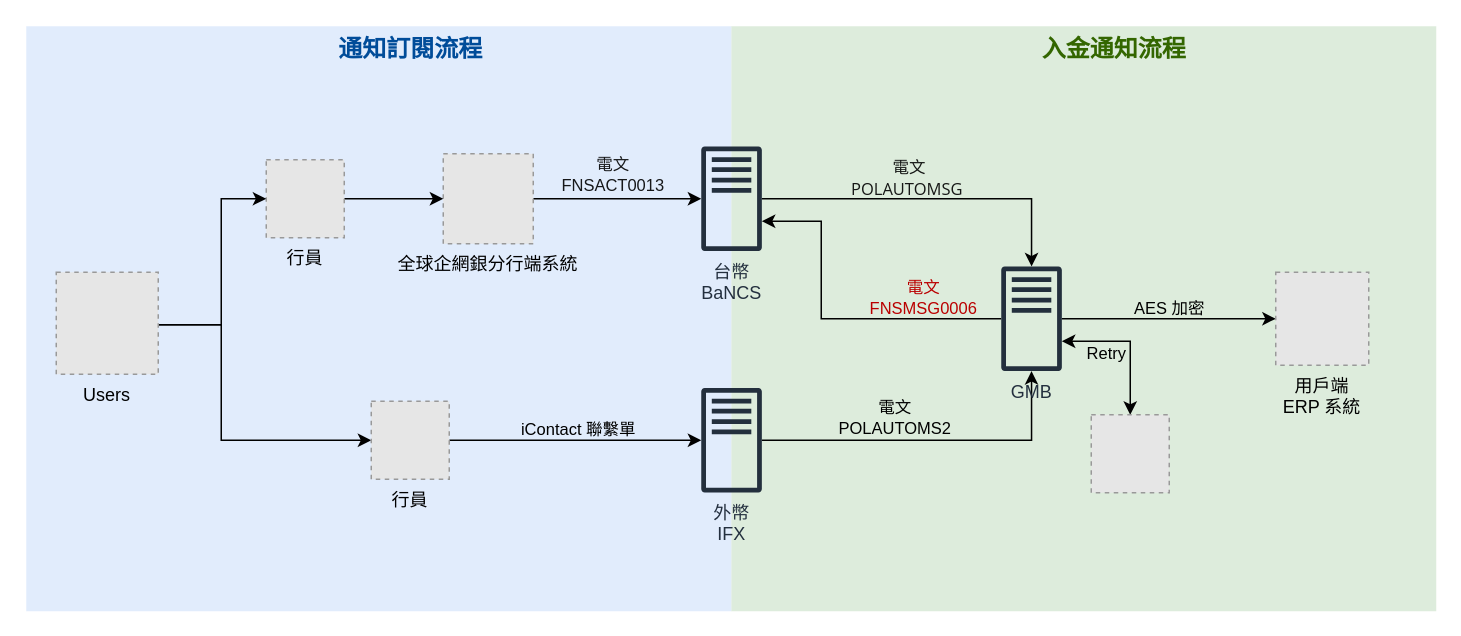
The draw.io diagram page "台外幣入金通知流程圖" (1 of 2) of 主動入金通知.drawio in Wayne-Kao/draw.io, before the edit. Source tidied: cells renumbered, new cells numbered last; positions are measured from the earlier drawing's top-left corner, leaving out a move shared by most shapes. Both pictures are drawn from the tidied source at 150%, with x=0, y=0 at pixel (26, 26). Pictures stored in the file or linked from it are replaced by grey dashed boxes.
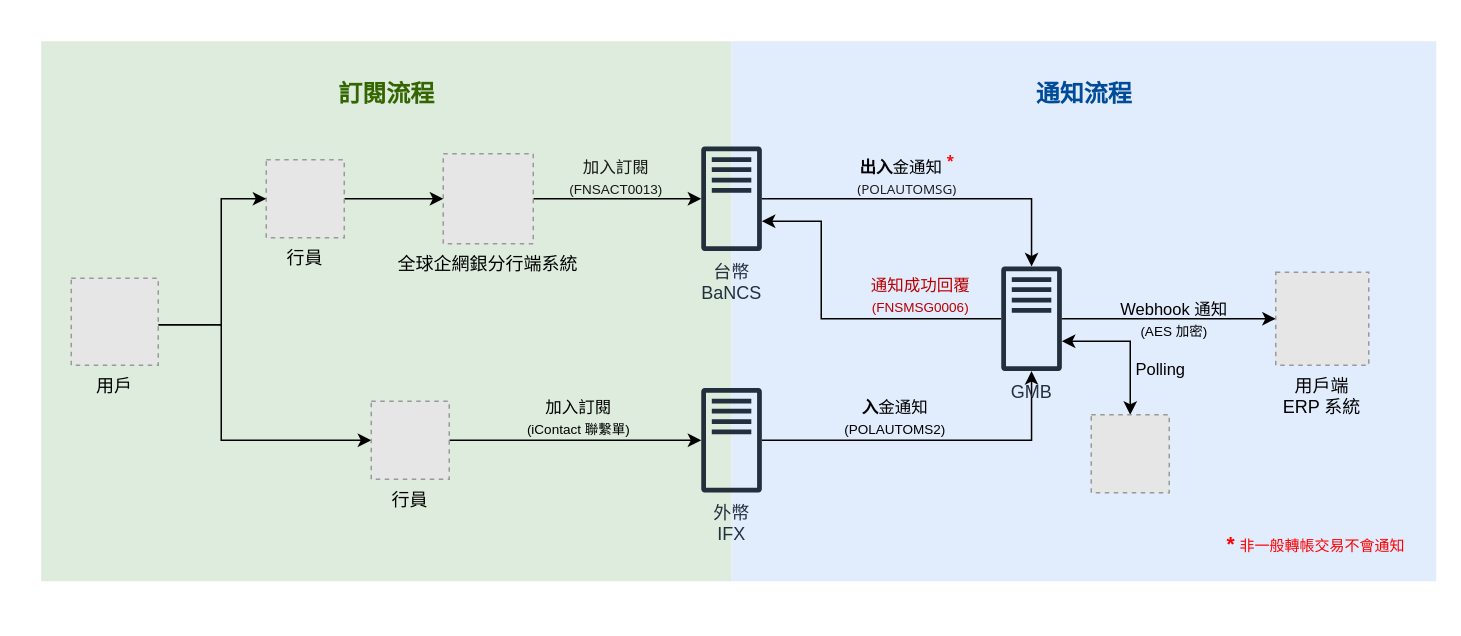
After the change.

Commit message:
更新主動入金通知.drawio

Unchanged cells that the change refers to:
```xml
<mxCell id="4" style="edgeStyle=orthogonalEdgeStyle;rounded=0;jettySize=auto;html=1;" parent="1" edge="1" source="6" target="29">
  <mxGeometry relative="1" as="geometry" />
</mxCell>
<mxCell id="7" style="edgeStyle=orthogonalEdgeStyle;rounded=0;jettySize=auto;html=1;" parent="1" edge="1" source="9" target="29">
  <mxGeometry relative="1" as="geometry" />
</mxCell>
<mxCell id="10" style="edgeStyle=orthogonalEdgeStyle;rounded=0;jettySize=auto;html=1;" parent="1" edge="1" source="12" target="6">
  <mxGeometry relative="1" as="geometry" />
</mxCell>
<mxCell id="18" style="edgeStyle=orthogonalEdgeStyle;rounded=0;jettySize=auto;html=1;" parent="1" edge="1" source="20" target="9">
  <mxGeometry relative="1" as="geometry" />
</mxCell>
<mxCell id="23" style="edgeStyle=orthogonalEdgeStyle;rounded=0;jettySize=auto;html=1;" parent="1" edge="1" source="29" target="6">
  <mxGeometry relative="1" as="geometry">
    <Array as="points">
      <mxPoint x="530" y="195" />
      <mxPoint x="530" y="130" />
    </Array>
  </mxGeometry>
</mxCell>
<mxCell id="25" style="edgeStyle=orthogonalEdgeStyle;rounded=0;jettySize=auto;html=1;entryX=0;entryY=0.5;entryDx=0;entryDy=0;" parent="1" edge="1" source="29" target="31">
  <mxGeometry relative="1" as="geometry" />
</mxCell>
<mxCell id="27" style="edgeStyle=orthogonalEdgeStyle;rounded=0;jettySize=auto;html=1;entryX=0.5;entryY=0;entryDx=0;entryDy=0;startArrow=classic;startFill=1;" parent="1" edge="1" source="29" target="30">
  <mxGeometry relative="1" as="geometry">
    <Array as="points">
      <mxPoint x="736" y="210" />
    </Array>
  </mxGeometry>
</mxCell>
```

Change to the diagram source:
```diff
@@
     <mxCell id="2" style="rounded=0;whiteSpace=wrap;html=1;fillColor=#d5e8d4;strokeColor=none;opacity=80;" parent="1" vertex="1">
-      <mxGeometry x="470" width="470" height="390" as="geometry" />
+      <mxGeometry x="10" y="10" width="460" height="360" as="geometry" />
     </mxCell>
     <mxCell id="3" style="rounded=0;whiteSpace=wrap;html=1;fillColor=#dae8fc;strokeColor=none;opacity=80;" parent="1" vertex="1">
-      <mxGeometry width="470" height="390" as="geometry" />
+      <mxGeometry x="470" y="10" width="470" height="360" as="geometry" />
     </mxCell>
@@
-    <mxCell id="5" value="&lt;span&gt;&lt;font&gt;&lt;span style=&quot;color: rgba(0, 0, 0, 0.9); font-family: &amp;quot;Segoe UI VSS (Regular)&amp;quot;, &amp;quot;Segoe UI&amp;quot;, -apple-system, BlinkMacSystemFont, Roboto, &amp;quot;Helvetica Neue&amp;quot;, Helvetica, Ubuntu, Arial, sans-serif, &amp;quot;Apple Color Emoji&amp;quot;, &amp;quot;Segoe UI Emoji&amp;quot;, &amp;quot;Segoe UI Symbol&amp;quot;; text-align: start; text-wrap-mode: wrap;&quot;&gt;&amp;nbsp;電文&lt;br&gt;&lt;/span&gt;&lt;span style=&quot;box-sizing: border-box; color: rgba(0, 0, 0, 0.9); font-family: &amp;quot;Segoe UI VSS (Regular)&amp;quot;, &amp;quot;Segoe UI&amp;quot;, -apple-system, BlinkMacSystemFont, Roboto, &amp;quot;Helvetica Neue&amp;quot;, Helvetica, Ubuntu, Arial, sans-serif, &amp;quot;Apple Color Emoji&amp;quot;, &amp;quot;Segoe UI Emoji&amp;quot;, &amp;quot;Segoe UI Symbol&amp;quot;; text-align: start; text-wrap-mode: wrap;&quot;&gt;POLAUTOMSG&lt;/span&gt;&lt;/font&gt;&lt;/span&gt;" style="edgeLabel;html=1;align=center;verticalAlign=middle;labelBackgroundColor=none;" parent="4" vertex="1">
+    <mxCell id="5" value="&lt;span&gt;&lt;font&gt;&lt;span style=&quot;font-family: &amp;quot;Segoe UI VSS (Regular)&amp;quot;, &amp;quot;Segoe UI&amp;quot;, -apple-system, BlinkMacSystemFont, Roboto, &amp;quot;Helvetica Neue&amp;quot;, Helvetica, Ubuntu, Arial, sans-serif, &amp;quot;Apple Color Emoji&amp;quot;, &amp;quot;Segoe UI Emoji&amp;quot;, &amp;quot;Segoe UI Symbol&amp;quot;; text-align: start; text-wrap-mode: wrap;&quot;&gt;&lt;b&gt;出入&lt;/b&gt;金通知 &lt;sup&gt;&lt;b&gt;&lt;font style=&quot;color: rgb(255, 0, 0);&quot;&gt;*&lt;/font&gt;&lt;/b&gt;&lt;/sup&gt;&lt;br&gt;&lt;/span&gt;&lt;span style=&quot;box-sizing: border-box; color: rgba(0, 0, 0, 0.9); font-family: &amp;quot;Segoe UI VSS (Regular)&amp;quot;, &amp;quot;Segoe UI&amp;quot;, -apple-system, BlinkMacSystemFont, Roboto, &amp;quot;Helvetica Neue&amp;quot;, Helvetica, Ubuntu, Arial, sans-serif, &amp;quot;Apple Color Emoji&amp;quot;, &amp;quot;Segoe UI Emoji&amp;quot;, &amp;quot;Segoe UI Symbol&amp;quot;; text-align: start; text-wrap-mode: wrap;&quot;&gt;&lt;font style=&quot;font-size: 9px;&quot;&gt;(POLAUTOMSG)&lt;/font&gt;&lt;/span&gt;&lt;/font&gt;&lt;/span&gt;" style="edgeLabel;html=1;align=center;verticalAlign=middle;labelBackgroundColor=none;" parent="4" vertex="1">
       <mxGeometry x="-0.15" y="-2" relative="1" as="geometry">
-        <mxPoint y="-17" as="offset" />
+        <mxPoint y="-19" as="offset" />
       </mxGeometry>
     </mxCell>
@@
-    <mxCell id="8" value="&lt;span&gt;電文&lt;br&gt;POLAUTOMS2&lt;/span&gt;" style="edgeLabel;html=1;align=center;verticalAlign=middle;labelBackgroundColor=none;" parent="7" vertex="1">
+    <mxCell id="8" value="&lt;span&gt;&lt;b&gt;入&lt;/b&gt;金通知&lt;br&gt;&lt;font style=&quot;font-size: 9px;&quot;&gt;(POLAUTOMS2)&lt;/font&gt;&lt;/span&gt;" style="edgeLabel;html=1;align=center;verticalAlign=middle;labelBackgroundColor=none;" parent="7" vertex="1">
       <mxGeometry x="-0.08" y="-1" relative="1" as="geometry">
         <mxPoint x="-16" y="-17" as="offset" />
       </mxGeometry>
     </mxCell>
@@
-    <mxCell id="11" value="&lt;span style=&quot;color: rgba(0, 0, 0, 0.9); text-align: start; text-wrap-mode: wrap;&quot;&gt;&lt;font style=&quot;&quot; face=&quot;Helvetica&quot;&gt;電文&lt;br&gt;FNSACT0013&lt;/font&gt;&lt;/span&gt;" style="edgeLabel;html=1;align=center;verticalAlign=middle;labelBackgroundColor=none;" parent="10" vertex="1">
+    <mxCell id="11" value="&lt;span style=&quot;color: rgba(0, 0, 0, 0.9); text-align: start; text-wrap-mode: wrap;&quot;&gt;&lt;font style=&quot;&quot; face=&quot;Helvetica&quot;&gt;加入訂閱&lt;br&gt;&lt;font style=&quot;font-size: 9px;&quot;&gt;&amp;nbsp;(FNSACT0013)&amp;nbsp;&lt;/font&gt;&lt;/font&gt;&lt;/span&gt;" style="edgeLabel;html=1;align=center;verticalAlign=middle;labelBackgroundColor=none;" parent="10" vertex="1">
       <mxGeometry x="-0.08" y="-1" relative="1" as="geometry">
-        <mxPoint y="-18" as="offset" />
+        <mxPoint x="2" y="-16" as="offset" />
       </mxGeometry>
     </mxCell>
@@
-    <mxCell id="17" value="Users" style="fillColor=#E6E6E6;strokeColor=#999999;dashed=1;verticalLabelPosition=bottom;labelBackgroundColor=none;verticalAlign=top;" parent="1" vertex="1">
-      <mxGeometry x="20" y="164" width="68" height="68" as="geometry" />
+    <mxCell id="17" value="用戶" style="fillColor=#E6E6E6;strokeColor=#999999;dashed=1;verticalLabelPosition=bottom;labelBackgroundColor=none;verticalAlign=top;" parent="1" vertex="1">
+      <mxGeometry x="30" y="168" width="58" height="58" as="geometry" />
     </mxCell>
@@
-    <mxCell id="19" value="iContact 聯繫單" style="edgeLabel;html=1;align=center;verticalAlign=middle;labelBackgroundColor=none;" parent="18" vertex="1">
+    <mxCell id="19" value="加入訂閱&lt;br&gt;&lt;font style=&quot;font-size: 9px;&quot;&gt;(iContact 聯繫單)&lt;/font&gt;" style="edgeLabel;html=1;align=center;verticalAlign=middle;labelBackgroundColor=none;" parent="18" vertex="1">
       <mxGeometry x="-0.05" y="2" relative="1" as="geometry">
-        <mxPoint x="5" y="-6" as="offset" />
+        <mxPoint x="5" y="-14" as="offset" />
       </mxGeometry>
     </mxCell>
@@
-    <mxCell id="21" value="&lt;b&gt;&lt;font style=&quot;font-size: 16px; color: rgb(0, 76, 153);&quot;&gt;通知訂閱流程&lt;/font&gt;&lt;/b&gt;" style="text;html=1;whiteSpace=wrap;strokeColor=none;fillColor=none;align=center;verticalAlign=middle;rounded=0;" parent="1" vertex="1">
-      <mxGeometry x="192.8" width="126.5" height="30" as="geometry" />
+    <mxCell id="21" value="&lt;b&gt;&lt;font style=&quot;font-size: 16px; color: rgb(0, 76, 153);&quot;&gt;通知流程&lt;/font&gt;&lt;/b&gt;" style="text;html=1;whiteSpace=wrap;strokeColor=none;fillColor=none;align=center;verticalAlign=middle;rounded=0;" parent="1" vertex="1">
+      <mxGeometry x="641.8" y="30" width="126.5" height="30" as="geometry" />
     </mxCell>
-    <mxCell id="22" value="&lt;b&gt;&lt;font style=&quot;font-size: 16px; color: rgb(51, 102, 0);&quot;&gt;入金通知流程&lt;/font&gt;&lt;/b&gt;" style="text;html=1;whiteSpace=wrap;strokeColor=none;fillColor=none;align=center;verticalAlign=middle;rounded=0;" parent="1" vertex="1">
-      <mxGeometry x="661.8" width="126.5" height="30" as="geometry" />
+    <mxCell id="22" value="&lt;b&gt;&lt;font style=&quot;font-size: 16px; color: rgb(51, 102, 0);&quot;&gt;訂閱流程&lt;/font&gt;&lt;/b&gt;" style="text;html=1;whiteSpace=wrap;strokeColor=none;fillColor=none;align=center;verticalAlign=middle;rounded=0;" parent="1" vertex="1">
+      <mxGeometry x="176.8" y="30" width="126.5" height="30" as="geometry" />
     </mxCell>
@@
-    <mxCell id="24" value="&lt;div style=&quot;&quot;&gt;&lt;span style=&quot;text-wrap-mode: wrap;&quot;&gt;&lt;font color=&quot;rgba(0, 0, 0, 0.9)&quot; face=&quot;Segoe UI VSS (Regular), Segoe UI, -apple-system, BlinkMacSystemFont, Roboto, Helvetica Neue, Helvetica, Ubuntu, Arial, sans-serif, Apple Color Emoji, Segoe UI Emoji, Segoe UI Symbol&quot;&gt;電文&lt;br&gt;FNSMSG0006&lt;/font&gt;&lt;/span&gt;&lt;/div&gt;" style="edgeLabel;html=1;align=center;verticalAlign=middle;labelBackgroundColor=none;" parent="23" vertex="1">
+    <mxCell id="24" value="&lt;div style=&quot;&quot;&gt;&lt;span style=&quot;text-wrap-mode: wrap;&quot;&gt;&lt;font color=&quot;rgba(0, 0, 0, 0.9)&quot; face=&quot;Segoe UI VSS (Regular), Segoe UI, -apple-system, BlinkMacSystemFont, Roboto, Helvetica Neue, Helvetica, Ubuntu, Arial, sans-serif, Apple Color Emoji, Segoe UI Emoji, Segoe UI Symbol&quot;&gt;通知成功回覆&lt;/font&gt;&lt;/span&gt;&lt;/div&gt;&lt;div style=&quot;&quot;&gt;&lt;span style=&quot;text-wrap-mode: wrap;&quot;&gt;&lt;font color=&quot;rgba(0, 0, 0, 0.9)&quot; face=&quot;Segoe UI VSS (Regular), Segoe UI, -apple-system, BlinkMacSystemFont, Roboto, Helvetica Neue, Helvetica, Ubuntu, Arial, sans-serif, Apple Color Emoji, Segoe UI Emoji, Segoe UI Symbol&quot;&gt;&lt;font style=&quot;font-size: 9px;&quot;&gt;&amp;nbsp;(FNSMSG0006)&amp;nbsp;&lt;/font&gt;&lt;/font&gt;&lt;/span&gt;&lt;/div&gt;" style="edgeLabel;html=1;align=center;verticalAlign=middle;labelBackgroundColor=none;" parent="23" vertex="1">
       <mxGeometry x="-0.37" y="2" relative="1" as="geometry">
-        <mxPoint x="18" y="-17" as="offset" />
+        <mxPoint x="16" y="-18" as="offset" />
       </mxGeometry>
     </mxCell>
@@
-    <mxCell id="26" value="AES 加密" style="edgeLabel;html=1;align=center;verticalAlign=middle;labelBackgroundColor=none;" parent="25" vertex="1">
+    <mxCell id="26" value="Webhook 通知&lt;br&gt;&lt;font style=&quot;font-size: 9px;&quot;&gt;(AES 加密)&lt;/font&gt;" style="edgeLabel;html=1;align=center;verticalAlign=middle;labelBackgroundColor=none;" parent="25" vertex="1">
       <mxGeometry x="-0.01" y="2" relative="1" as="geometry">
-        <mxPoint y="-6" as="offset" />
+        <mxPoint x="3" y="2" as="offset" />
       </mxGeometry>
     </mxCell>
@@
-    <mxCell id="28" value="Retry" style="edgeLabel;html=1;align=center;verticalAlign=middle;labelBackgroundColor=none;" parent="27" vertex="1">
+    <mxCell id="28" value="Polling " style="edgeLabel;html=1;align=center;verticalAlign=middle;labelBackgroundColor=none;" parent="27" vertex="1">
       <mxGeometry x="-0.16" y="-4" relative="1" as="geometry">
-        <mxPoint x="-11" y="3" as="offset" />
+        <mxPoint x="25" y="14" as="offset" />
       </mxGeometry>
     </mxCell>
@@
+    <mxCell id="32" value="&lt;font style=&quot;font-size: 14px; color: rgb(255, 0, 0);&quot;&gt;&lt;b&gt;*&lt;/b&gt;&lt;/font&gt;&lt;font&gt;&lt;b style=&quot;color: light-dark(rgb(0, 0, 0), rgb(237, 237, 237));&quot;&gt;&amp;nbsp;&lt;/b&gt;&lt;font style=&quot;font-size: 10px; color: rgb(255, 0, 0);&quot;&gt;非一般轉帳交易不會通知&lt;/font&gt;&lt;/font&gt;" style="text;html=1;whiteSpace=wrap;strokeColor=none;fillColor=none;align=center;verticalAlign=middle;rounded=0;" parent="1" vertex="1">
+      <mxGeometry x="780" y="330" width="160" height="30" as="geometry" />
+    </mxCell>
```
